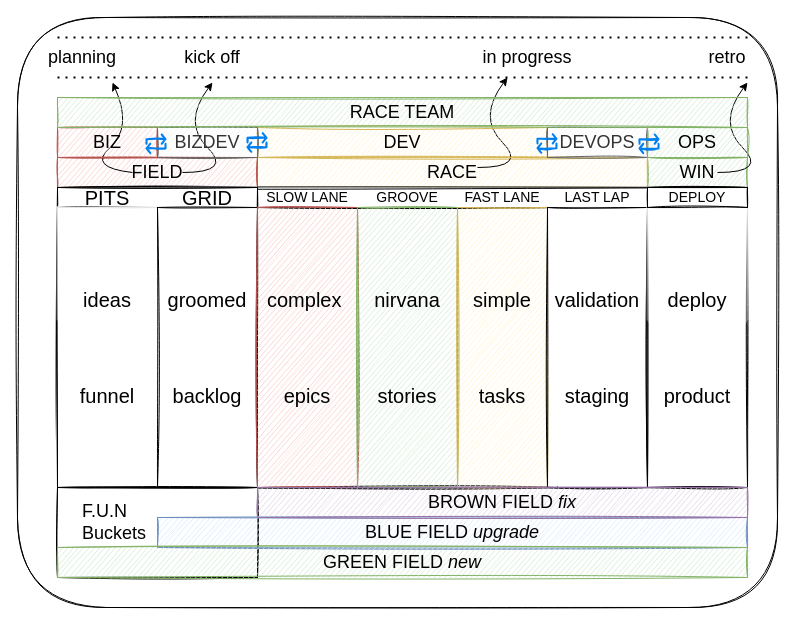
Before: page "race board" (1 of 3) of images/racexp.drawio in nirv-ai/racexp, a draw.io diagram. Source tidied: cells renumbered, new cells numbered last; positions are measured from the earlier drawing's top-left corner, leaving out a move shared by most shapes. Both pictures are drawn from the tidied source at 100%, with x=0, y=0 at pixel (17, 17).
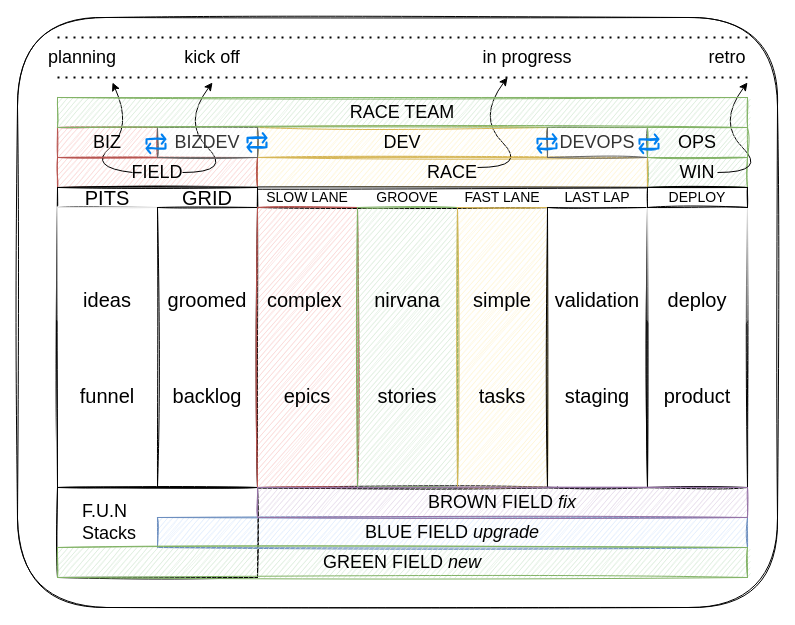
After the change.

Commit message (it also covers changes not shown here):
fun buckets

Change to the diagram source:
```diff
@@
-    <mxCell id="44" value="F.U.N&lt;br&gt;Buckets" style="rounded=0;whiteSpace=wrap;html=1;sketch=1;fontSize=18;align=left;spacingLeft=23;spacingBottom=20;" parent="1" vertex="1">
+    <mxCell id="44" value="F.U.N&lt;br&gt;Stacks" style="rounded=0;whiteSpace=wrap;html=1;sketch=1;fontSize=18;align=left;spacingLeft=23;spacingBottom=20;" parent="1" vertex="1">
       <mxGeometry x="40" y="470" width="200" height="90" as="geometry" />
     </mxCell>
```
